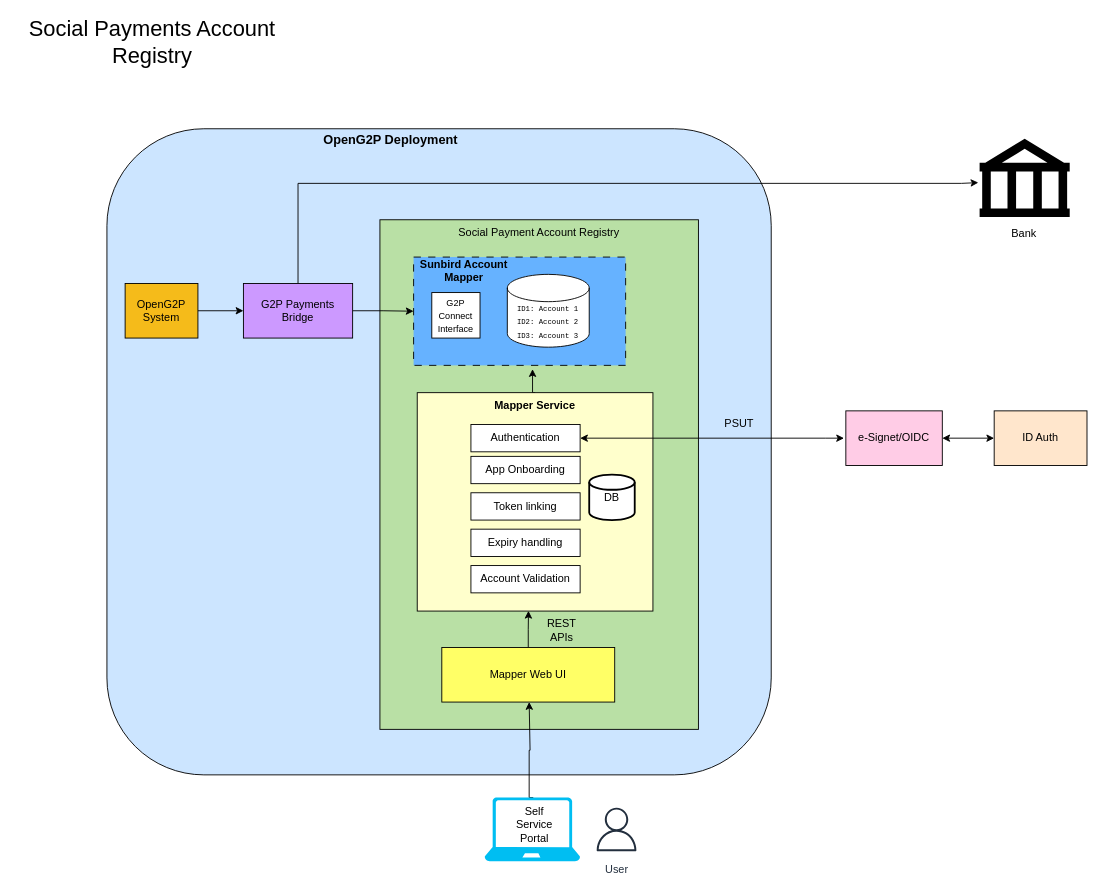
Earlier version of the draw.io diagram .gitbook/assets/social-account-registry.drawio (OpenG2P/openg2p-documentation). Source tidied: cells renumbered, new cells numbered last; positions are measured from the earlier drawing's top-left corner, leaving out a move shared by most shapes. Both pictures are drawn from the tidied source at 91%, with x=0, y=0 at pixel (15, 28).
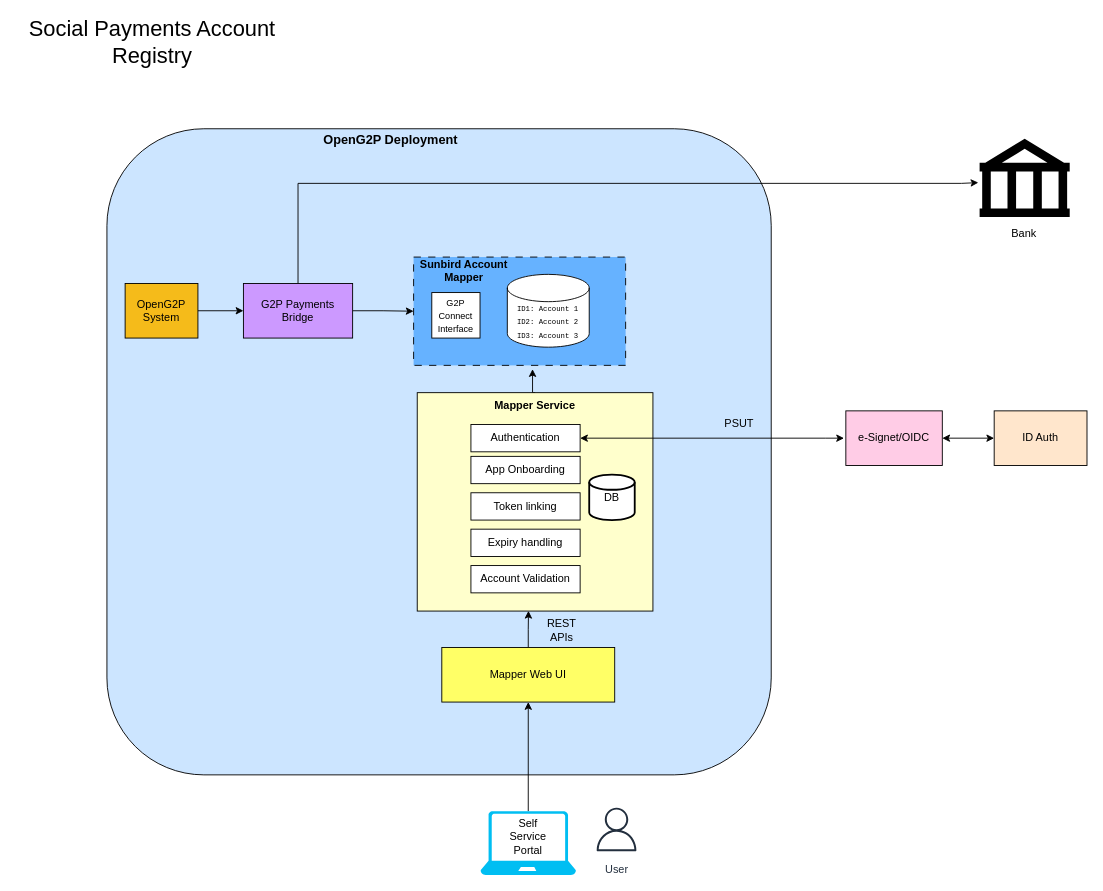
The same diagram, later.

The change refers to these unchanged cells:
```xml
<mxCell id="26" value="Mapper Web UI" style="rounded=0;whiteSpace=wrap;html=1;fillColor=#FFFF66;" parent="1" vertex="1">
  <mxGeometry x="468" y="680" width="190" height="60" as="geometry" />
</mxCell>
```

Diff of the diagram source:
```diff
@@
-    <mxCell id="3" value="Social Payment Account Registry" style="rounded=0;whiteSpace=wrap;html=1;verticalAlign=top;fillColor=#B9E0A5;" parent="1" vertex="1">
-      <mxGeometry x="400" y="210" width="350" height="560" as="geometry" />
-    </mxCell>
@@
-    <mxCell id="35" style="edgeStyle=orthogonalEdgeStyle;rounded=0;orthogonalLoop=1;jettySize=auto;html=1;entryX=0.5;entryY=1;entryDx=0;entryDy=0;" parent="1" edge="1">
-      <mxGeometry relative="1" as="geometry">
-        <mxPoint x="568.5" y="845" as="sourcePoint" />
-        <mxPoint x="564" y="740" as="targetPoint" />
-        <Array as="points">
-          <mxPoint x="564" y="845" />
-          <mxPoint x="564" y="793" />
-          <mxPoint x="565" y="740" />
-        </Array>
-      </mxGeometry>
-    </mxCell>
+    <mxCell id="39" style="edgeStyle=orthogonalEdgeStyle;rounded=0;jettySize=auto;html=1;exitX=0.5;exitY=0;exitDx=0;exitDy=0;exitPerimeter=0;entryX=0.5;entryY=1;entryDx=0;entryDy=0;" parent="1" edge="1" source="36" target="26">
+      <mxGeometry relative="1" as="geometry" />
+    </mxCell>
     <mxCell id="36" style="verticalLabelPosition=bottom;html=1;verticalAlign=top;align=center;strokeColor=none;fillColor=#00BEF2;shape=mxgraph.azure.laptop;" parent="1" vertex="1">
-      <mxGeometry x="515" y="845" width="105" height="70" as="geometry" />
+      <mxGeometry x="510.5" y="860" width="105" height="70" as="geometry" />
     </mxCell>
     <mxCell id="37" value="Self Service Portal" style="text;html=1;strokeColor=none;fillColor=none;align=center;verticalAlign=middle;whiteSpace=wrap;rounded=0;" parent="1" vertex="1">
-      <mxGeometry x="540" y="860" width="60" height="30" as="geometry" />
+      <mxGeometry x="533" y="873" width="60" height="30" as="geometry" />
     </mxCell>
```
